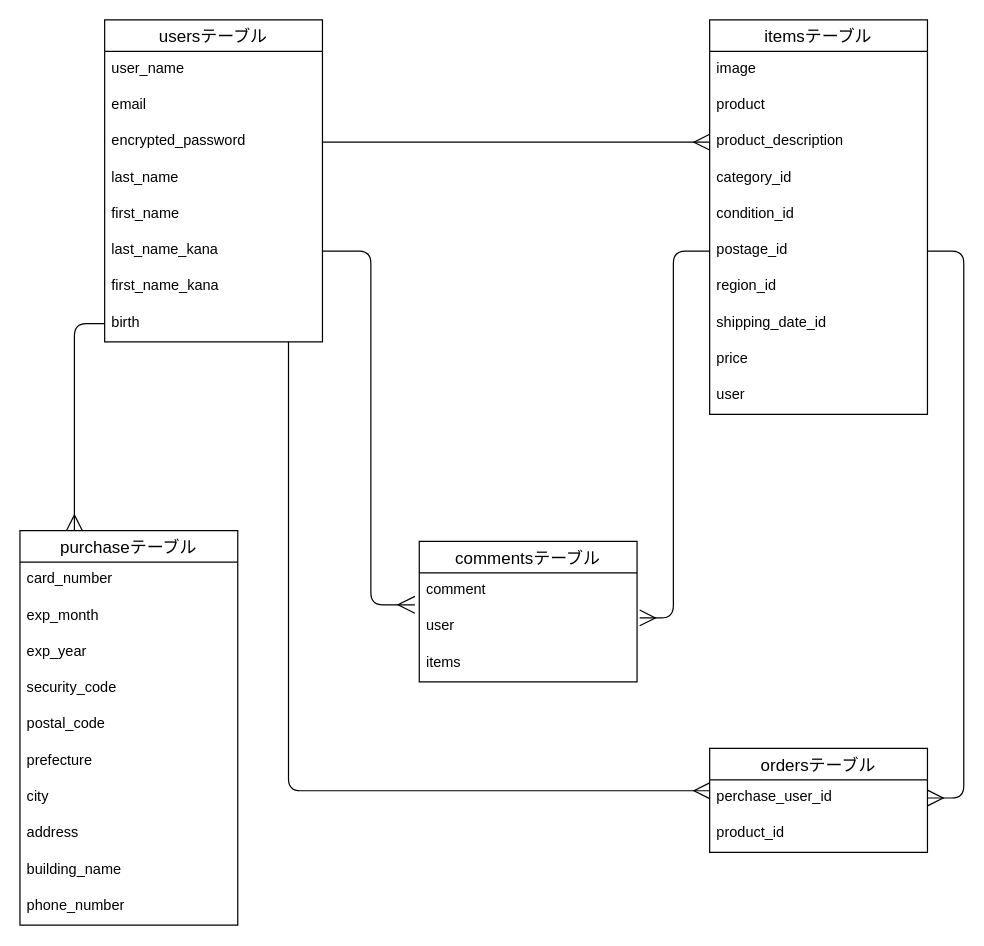
Above: furima.dio in hmeg2896/furima-36743 (draw.io), before the change. Source tidied: cells renumbered, new cells numbered last; positions are measured from the earlier drawing's top-left corner, leaving out a move shared by most shapes. Both pictures are drawn from the tidied source at 121%, with x=0, y=0 at pixel (19, 19).
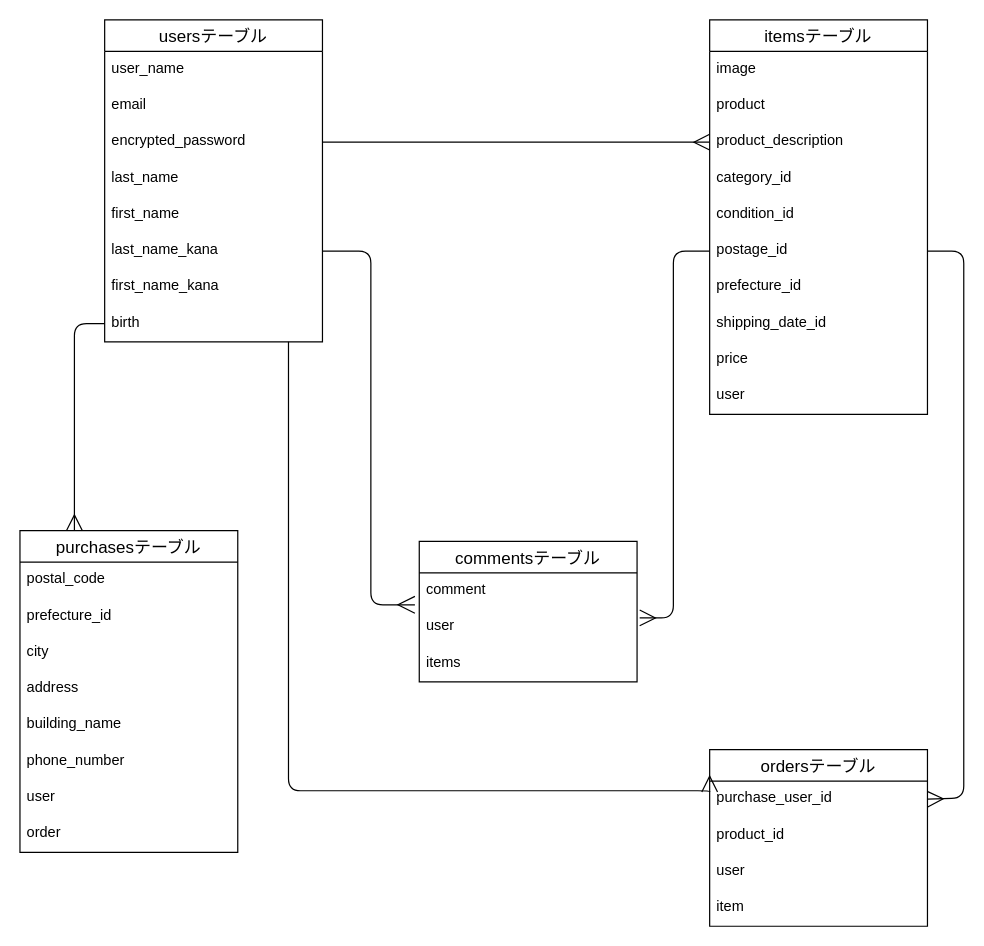
Above is the later version.

The change refers to these unchanged cells:
```xml
<mxCell id="11" value="itemsテーブル" style="swimlane;fontStyle=0;horizontal=1;startSize=26;align=center;fontSize=14;" parent="1" vertex="1">
  <mxGeometry x="570" width="180" height="326" as="geometry" />
</mxCell>
```

What changed in the source:
```diff
@@
-    <mxCell id="18" value="region_id" style="text;strokeColor=none;fillColor=none;spacingLeft=4;spacingRight=4;overflow=hidden;fontSize=12;" parent="11" vertex="1">
+    <mxCell id="18" value="prefecture_id" style="text;strokeColor=none;fillColor=none;spacingLeft=4;spacingRight=4;overflow=hidden;fontSize=12;" parent="11" vertex="1">
       <mxGeometry y="206" width="180" height="30" as="geometry" />
     </mxCell>
@@
-    <mxCell id="26" value="purchaseテーブル" style="swimlane;fontStyle=0;horizontal=1;startSize=26;align=center;fontSize=14;" parent="1" vertex="1">
-      <mxGeometry y="422" width="180" height="326" as="geometry" />
+    <mxCell id="26" value="purchasesテーブル" style="swimlane;fontStyle=0;horizontal=1;startSize=26;align=center;fontSize=14;" parent="1" vertex="1">
+      <mxGeometry y="422" width="180" height="266" as="geometry" />
     </mxCell>
-    <mxCell id="27" value="card_number" style="text;strokeColor=none;fillColor=none;spacingLeft=4;spacingRight=4;overflow=hidden;fontSize=12;" parent="26" vertex="1">
-      <mxGeometry y="26" width="180" height="30" as="geometry" />
-    </mxCell>
-    <mxCell id="28" value="exp_month" style="text;strokeColor=none;fillColor=none;spacingLeft=4;spacingRight=4;overflow=hidden;fontSize=12;" parent="26" vertex="1">
-      <mxGeometry y="56" width="180" height="30" as="geometry" />
-    </mxCell>
-    <mxCell id="29" value="exp_year" style="text;strokeColor=none;fillColor=none;spacingLeft=4;spacingRight=4;overflow=hidden;fontSize=12;" parent="26" vertex="1">
-      <mxGeometry y="86" width="180" height="30" as="geometry" />
-    </mxCell>
-    <mxCell id="30" value="security_code" style="text;strokeColor=none;fillColor=none;spacingLeft=4;spacingRight=4;overflow=hidden;fontSize=12;" parent="26" vertex="1">
-      <mxGeometry y="116" width="180" height="30" as="geometry" />
-    </mxCell>
     <mxCell id="31" value="postal_code" style="text;strokeColor=none;fillColor=none;spacingLeft=4;spacingRight=4;overflow=hidden;fontSize=12;" parent="26" vertex="1">
-      <mxGeometry y="146" width="180" height="30" as="geometry" />
+      <mxGeometry y="26" width="180" height="30" as="geometry" />
     </mxCell>
-    <mxCell id="32" value="prefecture" style="text;strokeColor=none;fillColor=none;spacingLeft=4;spacingRight=4;overflow=hidden;fontSize=12;" parent="26" vertex="1">
-      <mxGeometry y="176" width="180" height="30" as="geometry" />
+    <mxCell id="32" value="prefecture_id" style="text;strokeColor=none;fillColor=none;spacingLeft=4;spacingRight=4;overflow=hidden;fontSize=12;" parent="26" vertex="1">
+      <mxGeometry y="56" width="180" height="30" as="geometry" />
     </mxCell>
     <mxCell id="33" value="city" style="text;strokeColor=none;fillColor=none;spacingLeft=4;spacingRight=4;overflow=hidden;fontSize=12;" parent="26" vertex="1">
-      <mxGeometry y="206" width="180" height="30" as="geometry" />
+      <mxGeometry y="86" width="180" height="30" as="geometry" />
     </mxCell>
     <mxCell id="34" value="address" style="text;strokeColor=none;fillColor=none;spacingLeft=4;spacingRight=4;overflow=hidden;fontSize=12;" parent="26" vertex="1">
-      <mxGeometry y="236" width="180" height="30" as="geometry" />
+      <mxGeometry y="116" width="180" height="30" as="geometry" />
     </mxCell>
     <mxCell id="35" value="building_name" style="text;strokeColor=none;fillColor=none;spacingLeft=4;spacingRight=4;overflow=hidden;fontSize=12;" parent="26" vertex="1">
-      <mxGeometry y="266" width="180" height="30" as="geometry" />
+      <mxGeometry y="146" width="180" height="30" as="geometry" />
     </mxCell>
     <mxCell id="36" value="phone_number" style="text;strokeColor=none;fillColor=none;spacingLeft=4;spacingRight=4;overflow=hidden;fontSize=12;" parent="26" vertex="1">
-      <mxGeometry y="296" width="180" height="30" as="geometry" />
+      <mxGeometry y="176" width="180" height="30" as="geometry" />
     </mxCell>
+    <mxCell id="47" value="user" style="text;strokeColor=none;fillColor=none;spacingLeft=4;spacingRight=4;overflow=hidden;fontSize=12;" parent="26" vertex="1">
+      <mxGeometry y="206" width="180" height="30" as="geometry" />
+    </mxCell>
+    <mxCell id="48" value="order" style="text;strokeColor=none;fillColor=none;spacingLeft=4;spacingRight=4;overflow=hidden;fontSize=12;" parent="26" vertex="1">
+      <mxGeometry y="236" width="180" height="30" as="geometry" />
+    </mxCell>
@@
     <mxCell id="42" value="ordersテーブル" style="swimlane;fontStyle=0;horizontal=1;startSize=26;align=center;fontSize=14;" parent="1" vertex="1">
-      <mxGeometry x="570" y="602" width="180" height="86" as="geometry" />
+      <mxGeometry x="570" y="603" width="180" height="146" as="geometry" />
     </mxCell>
-    <mxCell id="43" value="perchase_user_id" style="text;strokeColor=none;fillColor=none;spacingLeft=4;spacingRight=4;overflow=hidden;points=[[0,0.5],[1,0.5]];portConstraint=eastwest;fontSize=12;" parent="42" vertex="1">
+    <mxCell id="43" value="purchase_user_id" style="text;strokeColor=none;fillColor=none;spacingLeft=4;spacingRight=4;overflow=hidden;points=[[0,0.5],[1,0.5]];portConstraint=eastwest;fontSize=12;" parent="42" vertex="1">
       <mxGeometry y="26" width="180" height="30" as="geometry" />
     </mxCell>
@@
+    <mxCell id="49" value="user" style="text;strokeColor=none;fillColor=none;spacingLeft=4;spacingRight=4;overflow=hidden;fontSize=12;" parent="42" vertex="1">
+      <mxGeometry y="86" width="180" height="30" as="geometry" />
+    </mxCell>
+    <mxCell id="50" value="item" style="text;strokeColor=none;fillColor=none;spacingLeft=4;spacingRight=4;overflow=hidden;fontSize=12;" parent="42" vertex="1">
+      <mxGeometry y="116" width="180" height="30" as="geometry" />
+    </mxCell>
```
